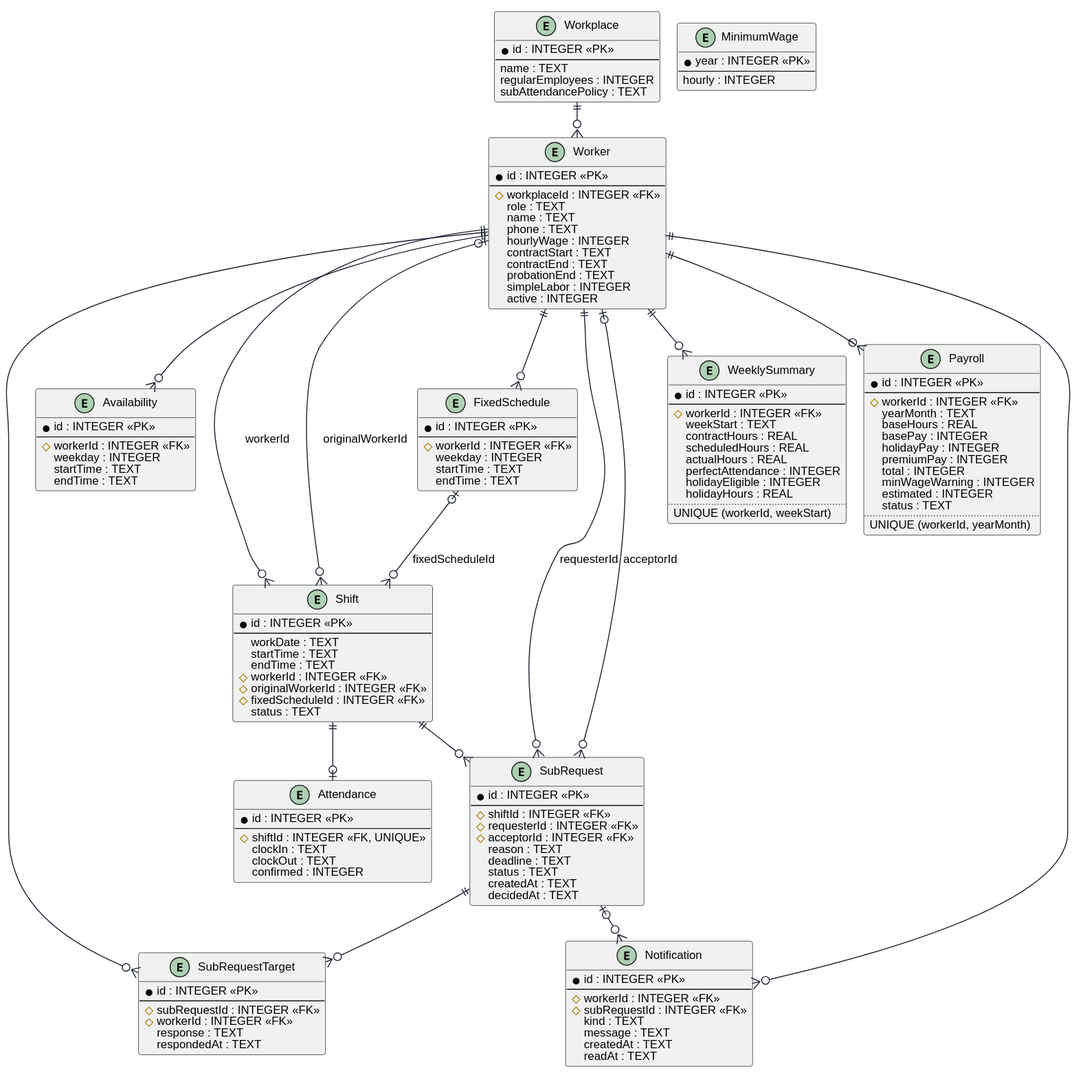
This is uml/erd.svg from keemlogan/shiftswap, a PlantUML export, as it was before one commit.
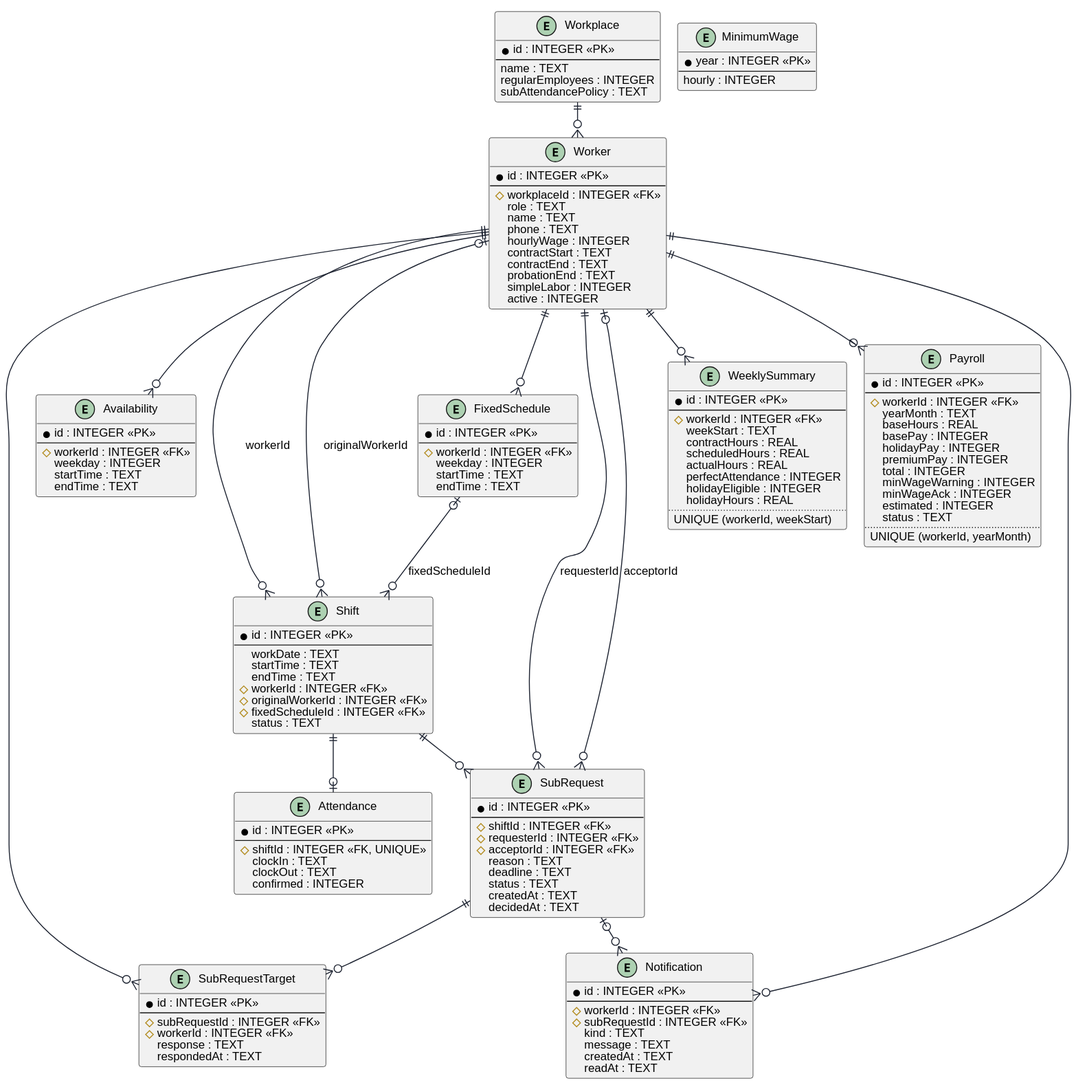
After the commit.

What changed in the source:
```diff
@@ -122,6 +122,7 @@
   premiumPay : INTEGER
   total : INTEGER
   minWageWarning : INTEGER
+  minWageAck : INTEGER
   estimated : INTEGER
   status : TEXT
   ..
```
